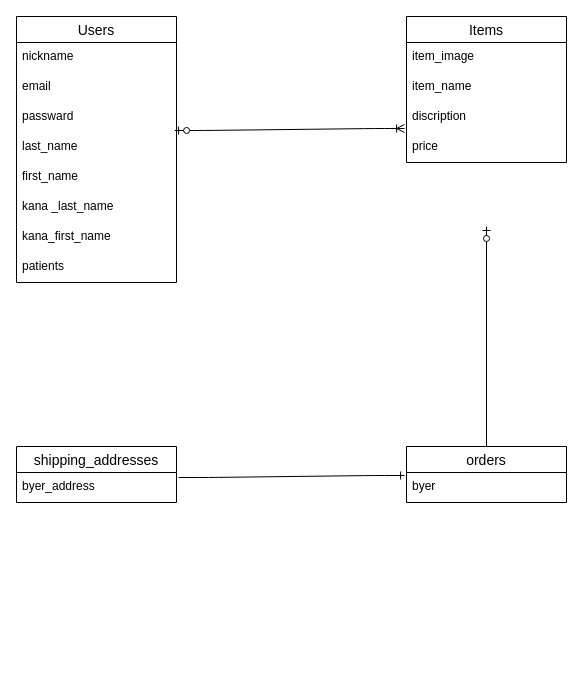
The draw.io diagram furima.dio in kenjii-tech/furima-41352, before the edit. Source tidied: cells renumbered, new cells numbered last; positions are measured from the earlier drawing's top-left corner, leaving out a move shared by most shapes. Both pictures are drawn from the tidied source at 100%, with x=0, y=0 at pixel (16, 16).
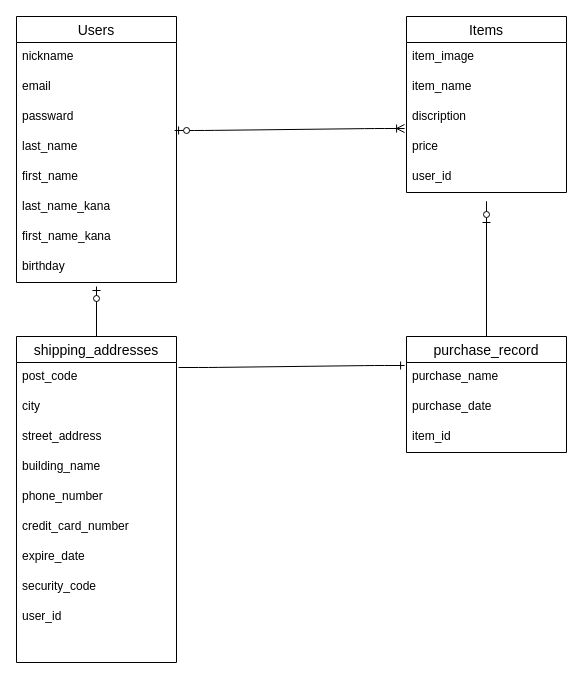
After the change.

Commit message (it also covers changes not shown here):
ER図、READMEの作成

The change refers to these unchanged cells:
```xml
<mxCell id="2" value="Users" style="swimlane;fontStyle=0;horizontal=1;startSize=26;align=center;fontSize=14;" parent="1" vertex="1">
  <mxGeometry width="160" height="266" as="geometry" />
</mxCell>
```

Change to the diagram source:
```diff
@@
-    <mxCell id="8" value="kana _last_name" style="text;strokeColor=none;fillColor=none;spacingLeft=4;spacingRight=4;overflow=hidden;fontSize=12;" parent="2" vertex="1">
+    <mxCell id="8" value="last_name_kana" style="text;strokeColor=none;fillColor=none;spacingLeft=4;spacingRight=4;overflow=hidden;fontSize=12;" parent="2" vertex="1">
       <mxGeometry y="176" width="160" height="30" as="geometry" />
     </mxCell>
-    <mxCell id="9" value="kana_first_name" style="text;strokeColor=none;fillColor=none;spacingLeft=4;spacingRight=4;overflow=hidden;fontSize=12;" parent="2" vertex="1">
+    <mxCell id="9" value="first_name_kana" style="text;strokeColor=none;fillColor=none;spacingLeft=4;spacingRight=4;overflow=hidden;fontSize=12;" parent="2" vertex="1">
       <mxGeometry y="206" width="160" height="30" as="geometry" />
     </mxCell>
-    <mxCell id="10" value="patients" style="text;strokeColor=none;fillColor=none;spacingLeft=4;spacingRight=4;overflow=hidden;fontSize=12;" parent="2" vertex="1">
-      <mxGeometry y="236" width="160" height="30" as="geometry" />
-    </mxCell>
+    <mxCell id="23" value="birthday" style="text;strokeColor=none;fillColor=none;spacingLeft=4;spacingRight=4;overflow=hidden;fontSize=12;" parent="2" vertex="1">
+      <mxGeometry y="236" width="160" height="30" as="geometry" />
+    </mxCell>
     <mxCell id="11" value="Items" style="swimlane;fontStyle=0;horizontal=1;startSize=26;align=center;fontSize=14;" parent="1" vertex="1">
-      <mxGeometry x="390" width="160" height="146" as="geometry" />
+      <mxGeometry x="390" width="160" height="176" as="geometry" />
     </mxCell>
@@
+    <mxCell id="24" value="user_id" style="text;strokeColor=none;fillColor=none;spacingLeft=4;spacingRight=4;overflow=hidden;fontSize=12;" parent="11" vertex="1">
+      <mxGeometry y="146" width="160" height="30" as="geometry" />
+    </mxCell>
-    <mxCell id="16" value="orders" style="swimlane;fontStyle=0;horizontal=1;startSize=26;align=center;fontSize=14;" parent="1" vertex="1">
-      <mxGeometry x="390" y="430" width="160" height="56" as="geometry" />
+    <mxCell id="16" value="purchase_record" style="swimlane;fontStyle=0;horizontal=1;startSize=26;align=center;fontSize=14;" parent="1" vertex="1">
+      <mxGeometry x="390" y="320" width="160" height="116" as="geometry" />
     </mxCell>
-    <mxCell id="17" value="byer" style="text;strokeColor=none;fillColor=none;spacingLeft=4;spacingRight=4;overflow=hidden;points=[[0,0.5],[1,0.5]];portConstraint=eastwest;fontSize=12;" parent="16" vertex="1">
+    <mxCell id="17" value="purchase_name" style="text;strokeColor=none;fillColor=none;spacingLeft=4;spacingRight=4;overflow=hidden;points=[[0,0.5],[1,0.5]];portConstraint=eastwest;fontSize=12;" parent="16" vertex="1">
       <mxGeometry y="26" width="160" height="30" as="geometry" />
     </mxCell>
+    <mxCell id="25" value="purchase_date" style="text;strokeColor=none;fillColor=none;spacingLeft=4;spacingRight=4;overflow=hidden;fontSize=12;" parent="16" vertex="1">
+      <mxGeometry y="56" width="160" height="30" as="geometry" />
+    </mxCell>
+    <mxCell id="26" value="item_id" style="text;strokeColor=none;fillColor=none;spacingLeft=4;spacingRight=4;overflow=hidden;fontSize=12;" parent="16" vertex="1">
+      <mxGeometry y="86" width="160" height="30" as="geometry" />
+    </mxCell>
     <mxCell id="18" value="shipping_addresses" style="swimlane;fontStyle=0;horizontal=1;startSize=26;align=center;fontSize=14;" parent="1" vertex="1">
-      <mxGeometry y="430" width="160" height="56" as="geometry" />
+      <mxGeometry y="320" width="160" height="326" as="geometry" />
     </mxCell>
-    <mxCell id="19" value="byer_address" style="text;strokeColor=none;fillColor=none;spacingLeft=4;spacingRight=4;overflow=hidden;points=[[0,0.5],[1,0.5]];portConstraint=eastwest;fontSize=12;" parent="18" vertex="1">
+    <mxCell id="19" value="post_code   " style="text;strokeColor=none;fillColor=none;spacingLeft=4;spacingRight=4;overflow=hidden;points=[[0,0.5],[1,0.5]];portConstraint=eastwest;fontSize=12;" parent="18" vertex="1">
       <mxGeometry y="26" width="160" height="30" as="geometry" />
     </mxCell>
+    <mxCell id="27" value="city" style="text;strokeColor=none;fillColor=none;spacingLeft=4;spacingRight=4;overflow=hidden;fontSize=12;" parent="18" vertex="1">
+      <mxGeometry y="56" width="160" height="30" as="geometry" />
+    </mxCell>
+    <mxCell id="28" value="street_address" style="text;strokeColor=none;fillColor=none;spacingLeft=4;spacingRight=4;overflow=hidden;fontSize=12;" parent="18" vertex="1">
+      <mxGeometry y="86" width="160" height="30" as="geometry" />
+    </mxCell>
+    <mxCell id="29" value="building_name" style="text;strokeColor=none;fillColor=none;spacingLeft=4;spacingRight=4;overflow=hidden;fontSize=12;" parent="18" vertex="1">
+      <mxGeometry y="116" width="160" height="30" as="geometry" />
+    </mxCell>
+    <mxCell id="30" value="phone_number" style="text;strokeColor=none;fillColor=none;spacingLeft=4;spacingRight=4;overflow=hidden;fontSize=12;" parent="18" vertex="1">
+      <mxGeometry y="146" width="160" height="30" as="geometry" />
+    </mxCell>
+    <mxCell id="31" value="credit_card_number" style="text;strokeColor=none;fillColor=none;spacingLeft=4;spacingRight=4;overflow=hidden;fontSize=12;" parent="18" vertex="1">
+      <mxGeometry y="176" width="160" height="30" as="geometry" />
+    </mxCell>
+    <mxCell id="32" value="expire_date" style="text;strokeColor=none;fillColor=none;spacingLeft=4;spacingRight=4;overflow=hidden;fontSize=12;" parent="18" vertex="1">
+      <mxGeometry y="206" width="160" height="30" as="geometry" />
+    </mxCell>
+    <mxCell id="33" value="security_code" style="text;strokeColor=none;fillColor=none;spacingLeft=4;spacingRight=4;overflow=hidden;fontSize=12;" parent="18" vertex="1">
+      <mxGeometry y="236" width="160" height="30" as="geometry" />
+    </mxCell>
+    <mxCell id="34" value="user_id" style="text;strokeColor=none;fillColor=none;spacingLeft=4;spacingRight=4;overflow=hidden;fontSize=12;" parent="18" vertex="1">
+      <mxGeometry y="266" width="160" height="30" as="geometry" />
+    </mxCell>
+    <mxCell id="35" style="text;strokeColor=none;fillColor=none;spacingLeft=4;spacingRight=4;overflow=hidden;fontSize=12;" parent="18" vertex="1">
+      <mxGeometry y="296" width="160" height="30" as="geometry" />
+    </mxCell>
@@
     <mxCell id="21" style="fontSize=12;html=1;endArrow=ERzeroToOne;endFill=1;exitX=0.5;exitY=0;exitDx=0;exitDy=0;" parent="1" edge="1" source="16">
       <mxGeometry relative="1" as="geometry">
         <mxPoint x="470" y="210" as="targetPoint" />
+        <Array as="points">
+          <mxPoint x="470" y="180" />
+        </Array>
       </mxGeometry>
     </mxCell>
@@
+    <mxCell id="36" style="fontSize=12;html=1;endArrow=ERzeroToOne;endFill=1;exitX=0.5;exitY=0;exitDx=0;exitDy=0;" parent="1" edge="1" source="18">
+      <mxGeometry relative="1" as="geometry">
+        <mxPoint x="80" y="270" as="targetPoint" />
+      </mxGeometry>
+    </mxCell>
```
